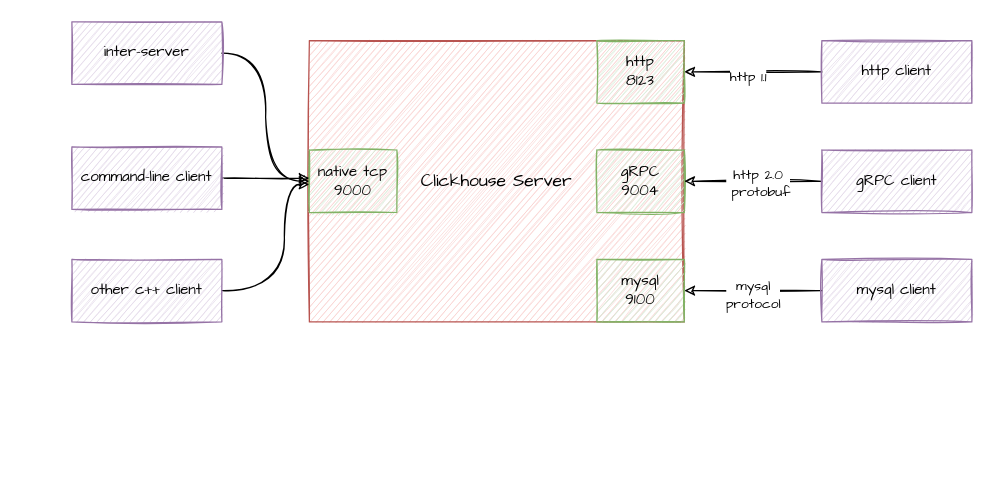
leonce28/draw-io-img keeps this draw.io diagram as clickhouse listen.drawio. Above is the earlier version. Source tidied: cells renumbered, new cells numbered last; positions are measured from the earlier drawing's top-left corner, leaving out a move shared by most shapes. Both pictures are drawn from the tidied source at 125%, with x=0, y=0 at pixel (71, 21).
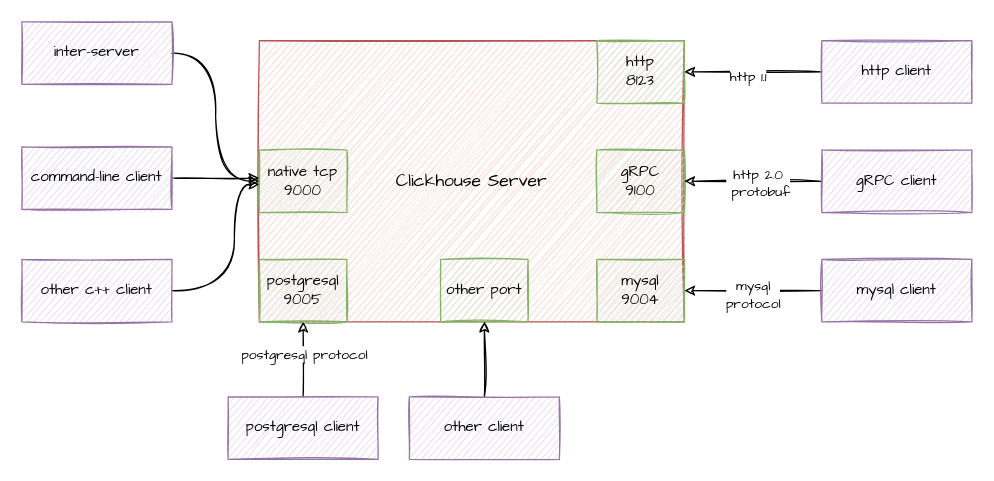
The same page after the edit.

What changed in the source:
```diff
@@
     <mxCell id="5" value="&lt;p style=&quot;line-height: 1.2&quot;&gt;&lt;font style=&quot;font-size: 14px&quot;&gt;Clickhouse Server&lt;/font&gt;&lt;/p&gt;" style="rounded=0;whiteSpace=wrap;html=1;fillStyle=auto;fillColor=#f8cecc;gradientDirection=north;sketch=1;strokeColor=#b85450;fontFamily=Comic Sans MS;fontColor=#000000;strokeWidth=1;" parent="1" vertex="1">
-      <mxGeometry x="190" y="15" width="300" height="225" as="geometry" />
+      <mxGeometry x="150" y="15" width="340" height="225" as="geometry" />
     </mxCell>
@@
     <mxCell id="7" value="native tcp&lt;br&gt;9000" style="rounded=0;whiteSpace=wrap;html=1;fillStyle=auto;fillColor=#d5e8d4;gradientDirection=north;sketch=1;strokeColor=#82b366;fontFamily=Comic Sans MS;fontColor=#000000;" parent="1" vertex="1">
-      <mxGeometry x="190" y="102.5" width="70" height="50" as="geometry" />
+      <mxGeometry x="150" y="102.5" width="70" height="50" as="geometry" />
     </mxCell>
-    <mxCell id="8" value="mysql&lt;br&gt;9100" style="rounded=0;whiteSpace=wrap;html=1;fillStyle=auto;fillColor=#d5e8d4;gradientDirection=north;sketch=1;strokeColor=#82b366;fontFamily=Comic Sans MS;fontColor=#000000;" parent="1" vertex="1">
+    <mxCell id="8" value="mysql&lt;br&gt;9004" style="rounded=0;whiteSpace=wrap;html=1;fillStyle=auto;fillColor=#d5e8d4;gradientDirection=north;sketch=1;strokeColor=#82b366;fontFamily=Comic Sans MS;fontColor=#000000;" parent="1" vertex="1">
       <mxGeometry x="420" y="190" width="70" height="50" as="geometry" />
     </mxCell>
-    <mxCell id="9" value="gRPC&lt;br&gt;9004" style="rounded=0;whiteSpace=wrap;html=1;fillStyle=auto;fillColor=#d5e8d4;gradientDirection=north;sketch=1;strokeColor=#82b366;fontFamily=Comic Sans MS;fontColor=#000000;" parent="1" vertex="1">
+    <mxCell id="9" value="gRPC&lt;br&gt;9100" style="rounded=0;whiteSpace=wrap;html=1;fillStyle=auto;fillColor=#d5e8d4;gradientDirection=north;sketch=1;strokeColor=#82b366;fontFamily=Comic Sans MS;fontColor=#000000;" parent="1" vertex="1">
       <mxGeometry x="420" y="102.5" width="70" height="50" as="geometry" />
     </mxCell>
@@
     <mxCell id="17" value="inter-server" style="rounded=0;whiteSpace=wrap;html=1;fillStyle=auto;fillColor=#e1d5e7;gradientDirection=north;sketch=1;strokeColor=#9673a6;fontFamily=Comic Sans MS;fontColor=#000000;" parent="1" vertex="1">
-      <mxGeometry width="120" height="50" as="geometry" />
+      <mxGeometry x="-40" width="120" height="50" as="geometry" />
     </mxCell>
     <mxCell id="18" style="edgeStyle=orthogonalEdgeStyle;sketch=1;jettySize=auto;html=1;exitX=1;exitY=0.5;exitDx=0;exitDy=0;fontFamily=Comic Sans MS;fontSize=14;fontColor=#000000;strokeColor=default;curved=1;" parent="1" edge="1" source="19">
       <mxGeometry relative="1" as="geometry">
-        <mxPoint x="190" y="125" as="targetPoint" />
+        <mxPoint x="150" y="125" as="targetPoint" />
       </mxGeometry>
     </mxCell>
     <mxCell id="19" value="command-line client" style="rounded=0;whiteSpace=wrap;html=1;fillStyle=auto;fillColor=#e1d5e7;gradientDirection=north;sketch=1;strokeColor=#9673a6;fontFamily=Comic Sans MS;fontColor=#000000;" parent="1" vertex="1">
-      <mxGeometry y="100" width="120" height="50" as="geometry" />
+      <mxGeometry x="-40" y="100" width="120" height="50" as="geometry" />
     </mxCell>
     <mxCell id="20" style="edgeStyle=orthogonalEdgeStyle;sketch=1;jettySize=auto;html=1;exitX=1;exitY=0.5;exitDx=0;exitDy=0;fontFamily=Comic Sans MS;fontSize=14;fontColor=#000000;strokeColor=default;curved=1;" parent="1" edge="1" source="21">
       <mxGeometry relative="1" as="geometry">
-        <mxPoint x="190" y="130" as="targetPoint" />
+        <mxPoint x="150" y="130" as="targetPoint" />
         <Array as="points">
-          <mxPoint x="170" y="215" />
-          <mxPoint x="170" y="130" />
+          <mxPoint x="130" y="215" />
+          <mxPoint x="130" y="130" />
         </Array>
       </mxGeometry>
     </mxCell>
     <mxCell id="21" value="other c++ client" style="rounded=0;whiteSpace=wrap;html=1;fillStyle=auto;fillColor=#e1d5e7;gradientDirection=north;sketch=1;strokeColor=#9673a6;fontFamily=Comic Sans MS;fontColor=#000000;" parent="1" vertex="1">
-      <mxGeometry y="190" width="120" height="50" as="geometry" />
+      <mxGeometry x="-40" y="190" width="120" height="50" as="geometry" />
     </mxCell>
+    <mxCell id="22" value="postgresql&lt;br&gt;9005" style="rounded=0;whiteSpace=wrap;html=1;fillStyle=auto;fillColor=#d5e8d4;gradientDirection=north;sketch=1;strokeColor=#82b366;fontFamily=Comic Sans MS;fontColor=#000000;" parent="1" vertex="1">
+      <mxGeometry x="150" y="190" width="70" height="50" as="geometry" />
+    </mxCell>
+    <mxCell id="23" value="other port" style="rounded=0;whiteSpace=wrap;html=1;fillStyle=auto;fillColor=#d5e8d4;gradientDirection=north;sketch=1;strokeColor=#82b366;fontFamily=Comic Sans MS;fontColor=#000000;" parent="1" vertex="1">
+      <mxGeometry x="295" y="190" width="70" height="50" as="geometry" />
+    </mxCell>
+    <mxCell id="24" style="edgeStyle=orthogonalEdgeStyle;rounded=0;jettySize=auto;html=1;sketch=1;" parent="1" edge="1" source="26" target="22">
+      <mxGeometry relative="1" as="geometry" />
+    </mxCell>
+    <mxCell id="25" value="postgresql protocol" style="edgeLabel;html=1;align=center;verticalAlign=middle;fontFamily=Comic Sans MS;fontColor=#000000;sketch=1;rounded=0;" parent="24" vertex="1">
+      <mxGeometry x="0.18" y="1" relative="1" as="geometry">
+        <mxPoint x="1" as="offset" />
+      </mxGeometry>
+    </mxCell>
+    <mxCell id="26" value="postgresql client" style="rounded=0;whiteSpace=wrap;html=1;fillStyle=auto;fillColor=#e1d5e7;gradientDirection=north;sketch=1;strokeColor=#9673a6;fontFamily=Comic Sans MS;fontColor=#000000;gradientColor=none;glass=0;shadow=0;" parent="1" vertex="1">
+      <mxGeometry x="125" y="300" width="120" height="50" as="geometry" />
+    </mxCell>
+    <mxCell id="27" style="edgeStyle=orthogonalEdgeStyle;rounded=0;jettySize=auto;html=1;sketch=1;" parent="1" edge="1" source="28" target="23">
+      <mxGeometry relative="1" as="geometry" />
+    </mxCell>
+    <mxCell id="28" value="other client" style="rounded=0;whiteSpace=wrap;html=1;fillStyle=auto;fillColor=#e1d5e7;gradientDirection=north;sketch=1;strokeColor=#9673a6;fontFamily=Comic Sans MS;fontColor=#000000;gradientColor=none;glass=0;shadow=0;" parent="1" vertex="1">
+      <mxGeometry x="270" y="300" width="120" height="50" as="geometry" />
+    </mxCell>
```
